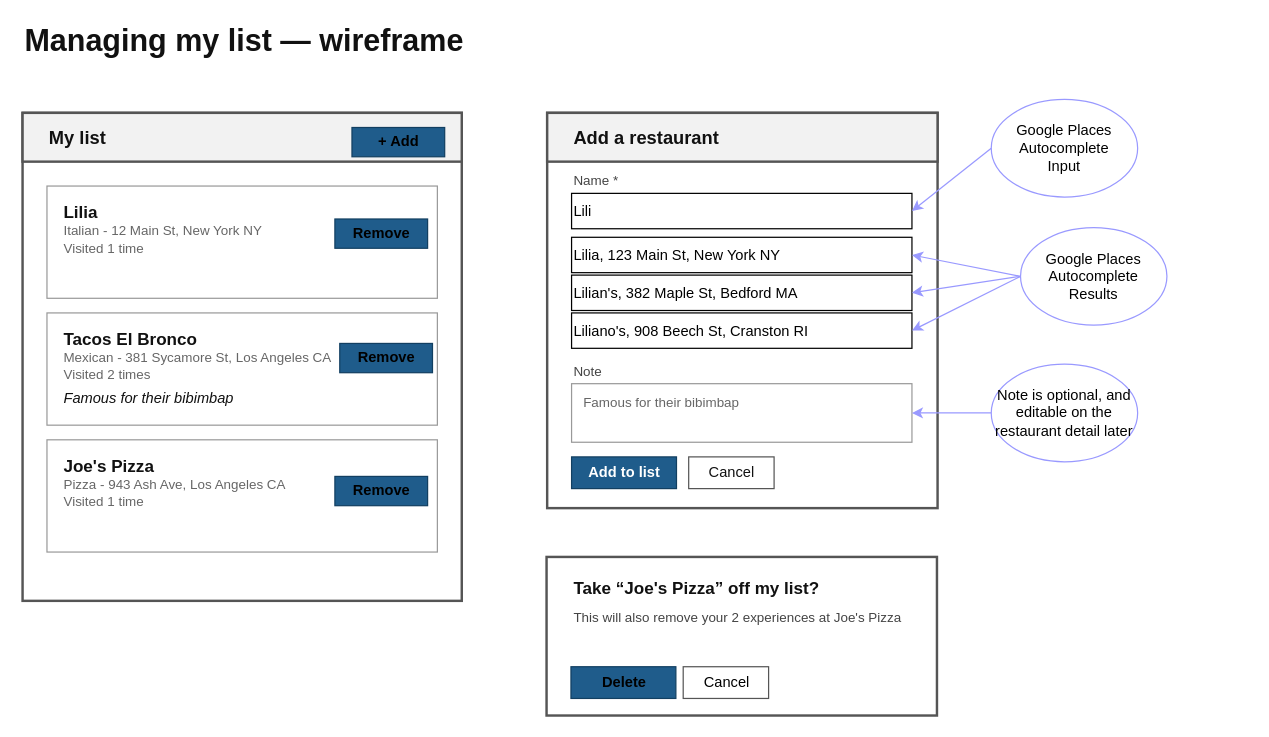
Before: docs/features/0001_managing-my-list/managing-my-list.wireframe.drawio in arches/shortlist, a draw.io diagram. Source tidied: cells renumbered, new cells numbered last; positions are measured from the earlier drawing's top-left corner, leaving out a move shared by most shapes. Both pictures are drawn from the tidied source at 122%, with x=0, y=0 at pixel (22, 27).
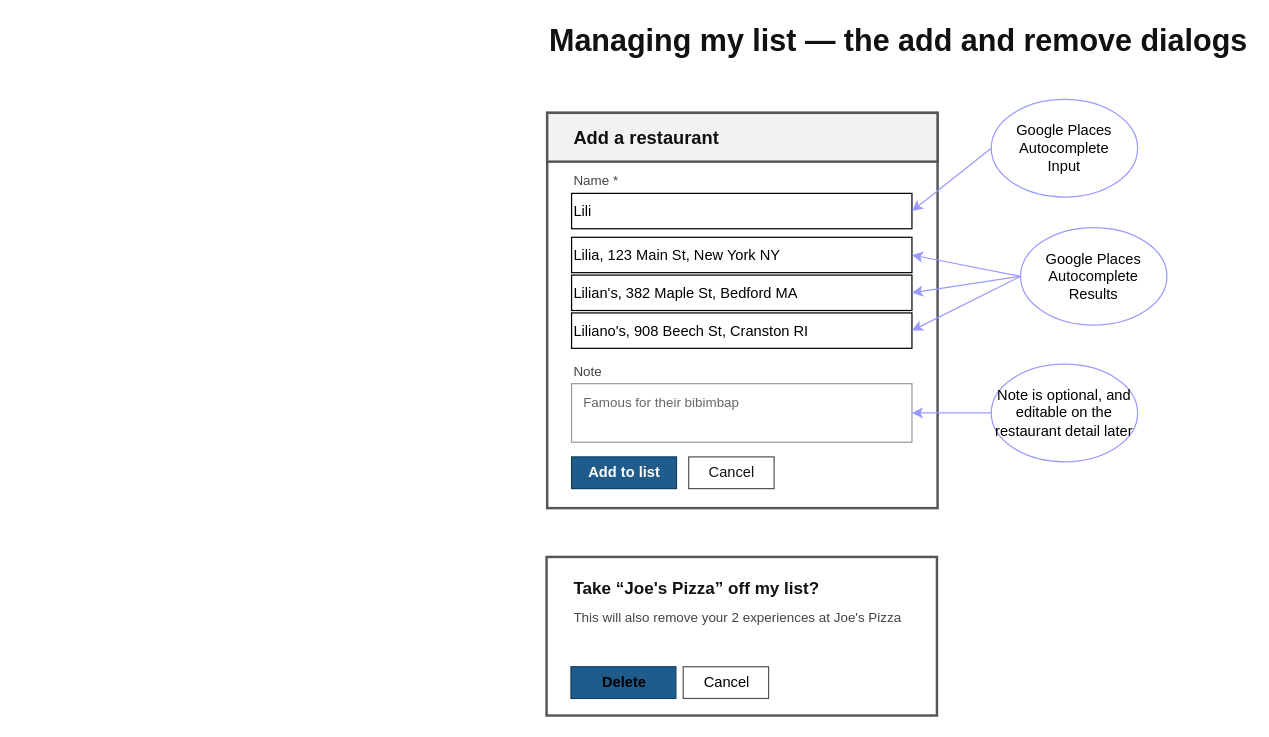
After the change.

The edit, as a diff of the source:
```diff
@@
-    <mxCell id="2" style="rounded=0;html=1;fillColor=#ffffff;strokeColor=#555555;strokeWidth=2;dashed=0;" parent="1" vertex="1">
-      <mxGeometry y="70" width="360" height="400" as="geometry" />
-    </mxCell>
-    <mxCell id="3" style="rounded=0;html=1;fillColor=#f2f2f2;strokeColor=#555555;strokeWidth=2;dashed=0;" parent="1" vertex="1">
-      <mxGeometry y="70" width="360" height="40" as="geometry" />
-    </mxCell>
-    <mxCell id="4" value="&lt;b&gt;+ Add&lt;/b&gt;" style="rounded=0;html=1;fillColor=#1f5c8b;strokeColor=#123f61;strokeWidth=1;dashed=0;" parent="1" vertex="1">
-      <mxGeometry x="270" y="82" width="76" height="24" as="geometry" />
-    </mxCell>
-    <mxCell id="5" style="rounded=0;html=1;fillColor=#ffffff;strokeColor=#999999;strokeWidth=1;dashed=0;" parent="1" vertex="1">
-      <mxGeometry x="20" y="130" width="320" height="92" as="geometry" />
-    </mxCell>
-    <mxCell id="6" style="rounded=0;html=1;fillColor=#ffffff;strokeColor=#999999;strokeWidth=1;dashed=0;" parent="1" vertex="1">
-      <mxGeometry x="20" y="234" width="320" height="92" as="geometry" />
-    </mxCell>
-    <mxCell id="7" style="rounded=0;html=1;fillColor=#ffffff;strokeColor=#999999;strokeWidth=1;dashed=0;" parent="1" vertex="1">
-      <mxGeometry x="20" y="338" width="320" height="92" as="geometry" />
-    </mxCell>
@@
-    <mxCell id="12" value="Managing my list — wireframe" style="text;html=1;strokeColor=none;fillColor=none;align=left;verticalAlign=middle;fontSize=25;fontColor=#111111;fontStyle=1;" parent="1" vertex="1">
-      <mxGeometry width="180" height="20" as="geometry" />
+    <mxCell id="12" value="Managing my list — the add and remove dialogs" style="text;html=1;strokeColor=none;fillColor=none;align=left;verticalAlign=middle;fontSize=25;fontColor=#111111;fontStyle=1;" parent="1" vertex="1">
+      <mxGeometry x="430" width="180" height="20" as="geometry" />
     </mxCell>
-    <mxCell id="13" value="My list" style="text;html=1;strokeColor=none;fillColor=none;align=left;verticalAlign=middle;fontSize=15;fontColor=#111111;fontStyle=1;" parent="1" vertex="1">
-      <mxGeometry x="20" y="80" width="180" height="20" as="geometry" />
-    </mxCell>
-    <mxCell id="14" value="Lilia" style="text;html=1;strokeColor=none;fillColor=none;align=left;verticalAlign=middle;fontSize=14;fontColor=#111111;fontStyle=1;" parent="1" vertex="1">
-      <mxGeometry x="32" y="142" width="180" height="20" as="geometry" />
-    </mxCell>
-    <mxCell id="15" value="Italian - 12 Main St, New York NY&lt;br&gt;Visited 1 time" style="text;html=1;strokeColor=none;fillColor=none;align=left;verticalAlign=middle;fontSize=11;fontColor=#666666;" parent="1" vertex="1">
-      <mxGeometry x="32" y="164" width="180" height="20" as="geometry" />
-    </mxCell>
-    <mxCell id="16" value="Tacos El Bronco" style="text;html=1;strokeColor=none;fillColor=none;align=left;verticalAlign=middle;fontSize=14;fontColor=#111111;fontStyle=1;" parent="1" vertex="1">
-      <mxGeometry x="32" y="246" width="180" height="20" as="geometry" />
-    </mxCell>
-    <mxCell id="17" value="Mexican - 381 Sycamore St, Los Angeles CA&lt;br&gt;Visited 2 times" style="text;html=1;strokeColor=none;fillColor=none;align=left;verticalAlign=middle;fontSize=11;fontColor=#666666;" parent="1" vertex="1">
-      <mxGeometry x="32" y="268" width="180" height="20" as="geometry" />
-    </mxCell>
-    <mxCell id="18" value="Joe's Pizza" style="text;html=1;strokeColor=none;fillColor=none;align=left;verticalAlign=middle;fontSize=14;fontColor=#111111;fontStyle=1;" parent="1" vertex="1">
-      <mxGeometry x="32" y="350" width="180" height="20" as="geometry" />
-    </mxCell>
-    <mxCell id="19" value="Pizza - 943 Ash Ave, Los Angeles CA&lt;br&gt;Visited 1 time" style="text;html=1;strokeColor=none;fillColor=none;align=left;verticalAlign=middle;fontSize=11;fontColor=#666666;" parent="1" vertex="1">
-      <mxGeometry x="32" y="372" width="180" height="20" as="geometry" />
-    </mxCell>
@@
-    <mxCell id="35" value="&lt;b&gt;Remove&lt;/b&gt;" style="rounded=0;html=1;fillColor=#1f5c8b;strokeColor=#123f61;strokeWidth=1;dashed=0;" parent="1" vertex="1">
-      <mxGeometry x="256" y="157" width="76" height="24" as="geometry" />
-    </mxCell>
-    <mxCell id="36" value="&lt;b&gt;Remove&lt;/b&gt;" style="rounded=0;html=1;fillColor=#1f5c8b;strokeColor=#123f61;strokeWidth=1;dashed=0;" parent="1" vertex="1">
-      <mxGeometry x="260" y="259" width="76" height="24" as="geometry" />
-    </mxCell>
-    <mxCell id="37" value="&lt;b&gt;Remove&lt;/b&gt;" style="rounded=0;html=1;fillColor=#1f5c8b;strokeColor=#123f61;strokeWidth=1;dashed=0;" parent="1" vertex="1">
-      <mxGeometry x="256" y="368" width="76" height="24" as="geometry" />
-    </mxCell>
-    <mxCell id="38" value="Famous for their bibimbap" style="text;html=1;strokeColor=none;fillColor=none;align=left;verticalAlign=middle;fontSize=12;fontColor=#111111;fontStyle=2;" parent="1" vertex="1">
-      <mxGeometry x="32" y="294" width="260" height="20" as="geometry" />
-    </mxCell>
```
